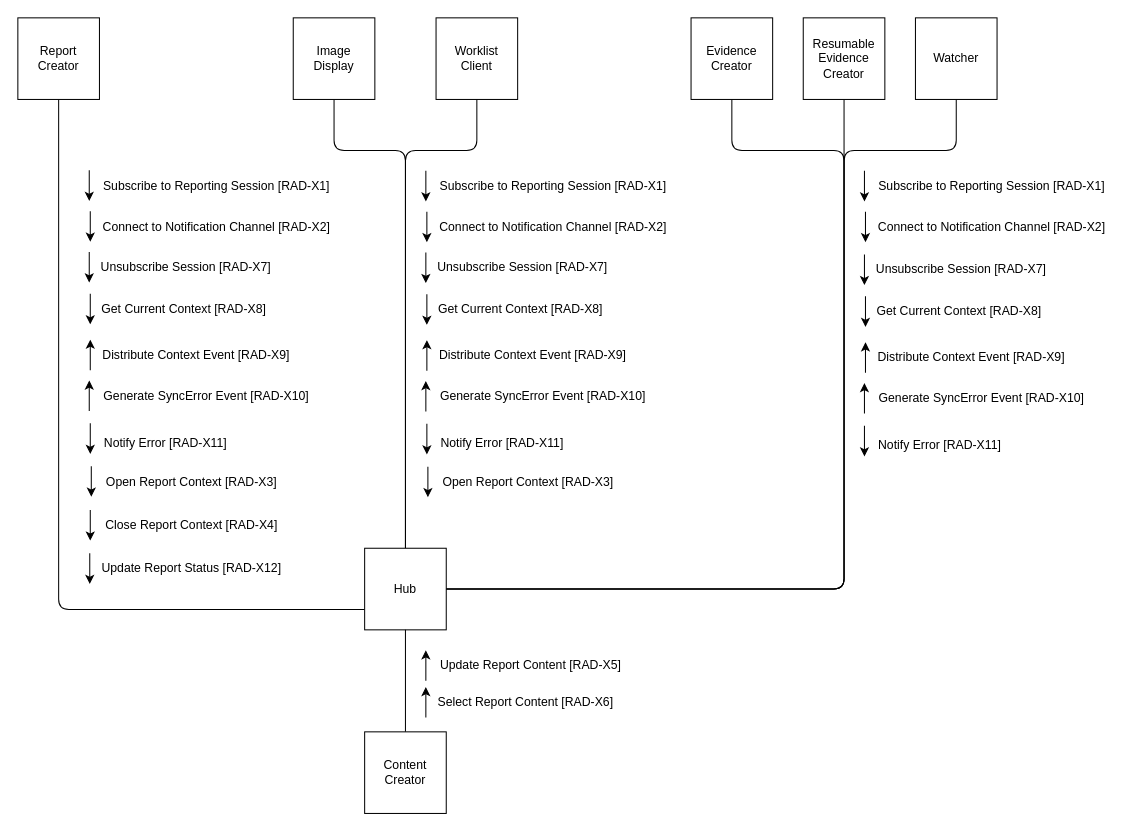
The draw.io diagram input/images-source/actor_transaction.drawio in IHE/RAD.IRA, before the edit. Source tidied: cells renumbered, new cells numbered last; positions are measured from the earlier drawing's top-left corner, leaving out a move shared by most shapes. Both pictures are drawn from the tidied source at 102%, with x=0, y=0 at pixel (17, 17).
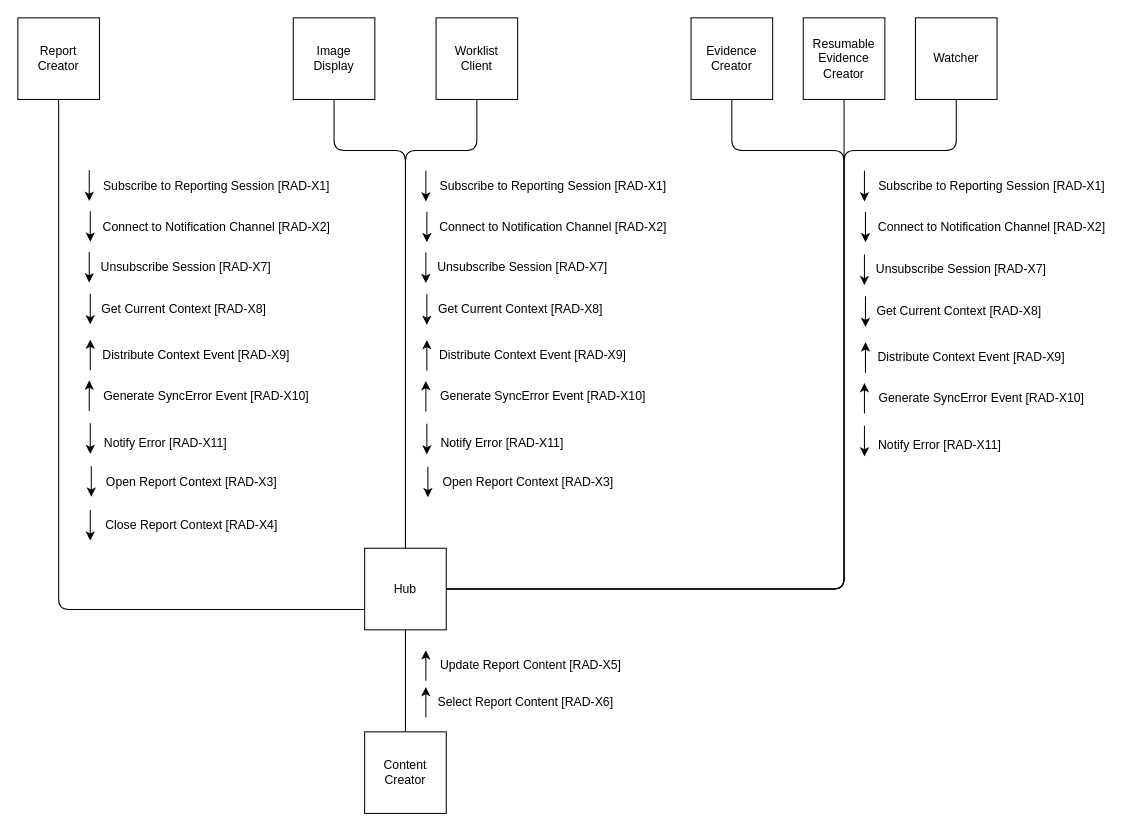
The same page after the edit.

Commit message (it also covers changes not shown here):
Removed separate Update Report Status transaction.

Change to the diagram source:
```diff
@@
-    <mxCell id="64" style="endArrow=classic;html=1;rounded=0;" parent="1" edge="1">
-      <mxGeometry relative="1" as="geometry">
-        <mxPoint x="70.5" y="525" as="sourcePoint" />
-        <mxPoint x="70.5" y="555" as="targetPoint" />
-      </mxGeometry>
-    </mxCell>
-    <mxCell id="65" value="Update Report Status [RAD-X12]" style="text;html=1;strokeColor=none;fillColor=none;align=center;verticalAlign=middle;whiteSpace=wrap;rounded=0;" parent="1" vertex="1">
-      <mxGeometry x="80.5" y="525" width="179" height="30" as="geometry" />
-    </mxCell>
```
